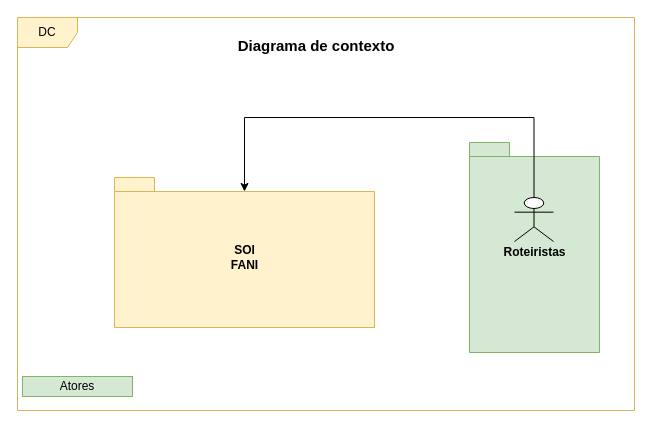
This is Mod.W.FANI/Diagrama cont-FANI.drawio from EdgarNeto10/FANI, a draw.io file, before an edit. Source tidied: cells renumbered, new cells numbered last; positions are measured from the earlier drawing's top-left corner, leaving out a move shared by most shapes. Both pictures are drawn from the tidied source at 100%, with x=0, y=0 at pixel (17, 17).
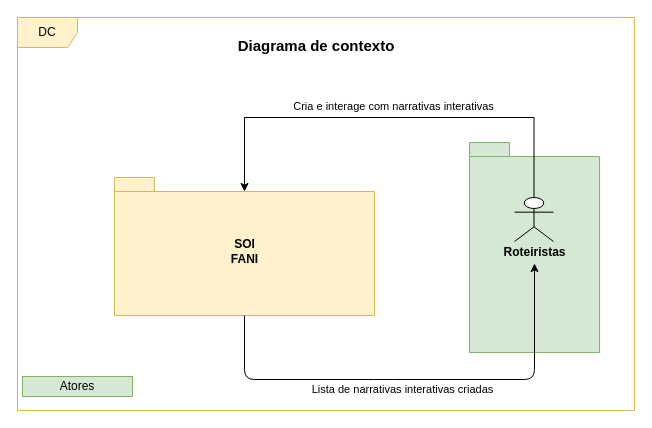
After the change.

What changed in the source:
```diff
@@
 <mxGraphModel>
   <root>
     <mxCell id="0" />
     <mxCell id="1" parent="0" />
     <mxCell id="2" value="DC" style="shape=umlFrame;whiteSpace=wrap;html=1;fillColor=#fff2cc;strokeColor=#d6b656;" parent="1" vertex="1">
       <mxGeometry width="617" height="393" as="geometry" />
     </mxCell>
     <mxCell id="3" value="Roteiristas" style="shape=folder;fontStyle=1;spacingTop=10;tabWidth=40;tabHeight=14;tabPosition=left;html=1;fillColor=#d5e8d4;strokeColor=#82b366;" parent="1" vertex="1">
       <mxGeometry x="452" y="125" width="130" height="210" as="geometry" />
     </mxCell>
     <mxCell id="4" value="SOI&lt;br&gt;FANI" style="shape=folder;fontStyle=1;spacingTop=10;tabWidth=40;tabHeight=14;tabPosition=left;html=1;fillColor=#fff2cc;strokeColor=#d6b656;" parent="1" vertex="1">
-      <mxGeometry x="97" y="160" width="260" height="150" as="geometry" />
+      <mxGeometry x="97" y="160" width="260" height="138" as="geometry" />
     </mxCell>
-    <mxCell id="5" style="edgeStyle=orthogonalEdgeStyle;rounded=0;jettySize=auto;html=1;" parent="1" edge="1" source="6">
+    <mxCell id="5" style="edgeStyle=orthogonalEdgeStyle;rounded=0;jettySize=auto;html=1;exitX=0.5;exitY=0;exitDx=0;exitDy=0;exitPerimeter=0;" parent="1" edge="1" source="6">
       <mxGeometry relative="1" as="geometry">
         <mxPoint x="227" y="174" as="targetPoint" />
         <Array as="points">
           <mxPoint x="517" y="100" />
           <mxPoint x="227" y="100" />
         </Array>
       </mxGeometry>
     </mxCell>
+    <mxCell id="9" value="Cria e interage com narrativas interativas" style="edgeLabel;html=1;align=center;verticalAlign=middle;" parent="5" vertex="1">
+      <mxGeometry x="0.05" y="-2" relative="1" as="geometry">
+        <mxPoint x="11.5" y="-10" as="offset" />
+      </mxGeometry>
+    </mxCell>
     <mxCell id="6" style="shape=umlActor;verticalLabelPosition=bottom;labelBackgroundColor=#ffffff;verticalAlign=top;html=1;" parent="1" vertex="1">
       <mxGeometry x="497" y="180" width="39" height="44" as="geometry" />
     </mxCell>
     <mxCell id="7" value="Atores" style="text;html=1;strokeColor=#82b366;fillColor=#d5e8d4;align=center;verticalAlign=middle;whiteSpace=wrap;rounded=0;" parent="1" vertex="1">
       <mxGeometry x="5" y="359" width="110" height="20" as="geometry" />
     </mxCell>
     <mxCell id="8" value="Diagrama de contexto" style="text;align=center;fontStyle=1;verticalAlign=middle;spacingLeft=3;spacingRight=3;strokeColor=none;spacing=6;fontSize=15;" parent="1" vertex="1">
       <mxGeometry x="224" y="2" width="150" height="50" as="geometry" />
     </mxCell>
+    <mxCell id="10" style="endArrow=classic;html=1;exitX=0.5;exitY=1;exitDx=0;exitDy=0;exitPerimeter=0;" parent="1" edge="1" source="4">
+      <mxGeometry relative="1" as="geometry">
+        <mxPoint x="517" y="246" as="targetPoint" />
+        <Array as="points">
+          <mxPoint x="227" y="362" />
+          <mxPoint x="366" y="362" />
+          <mxPoint x="517" y="362" />
+        </Array>
+      </mxGeometry>
+    </mxCell>
+    <mxCell id="11" value="Lista de narrativas interativas criadas" style="edgeLabel;html=1;align=center;verticalAlign=middle;" parent="10" vertex="1">
+      <mxGeometry x="-0.06" relative="1" as="geometry">
+        <mxPoint y="9" as="offset" />
+      </mxGeometry>
+    </mxCell>
   </root>
 </mxGraphModel>
```
